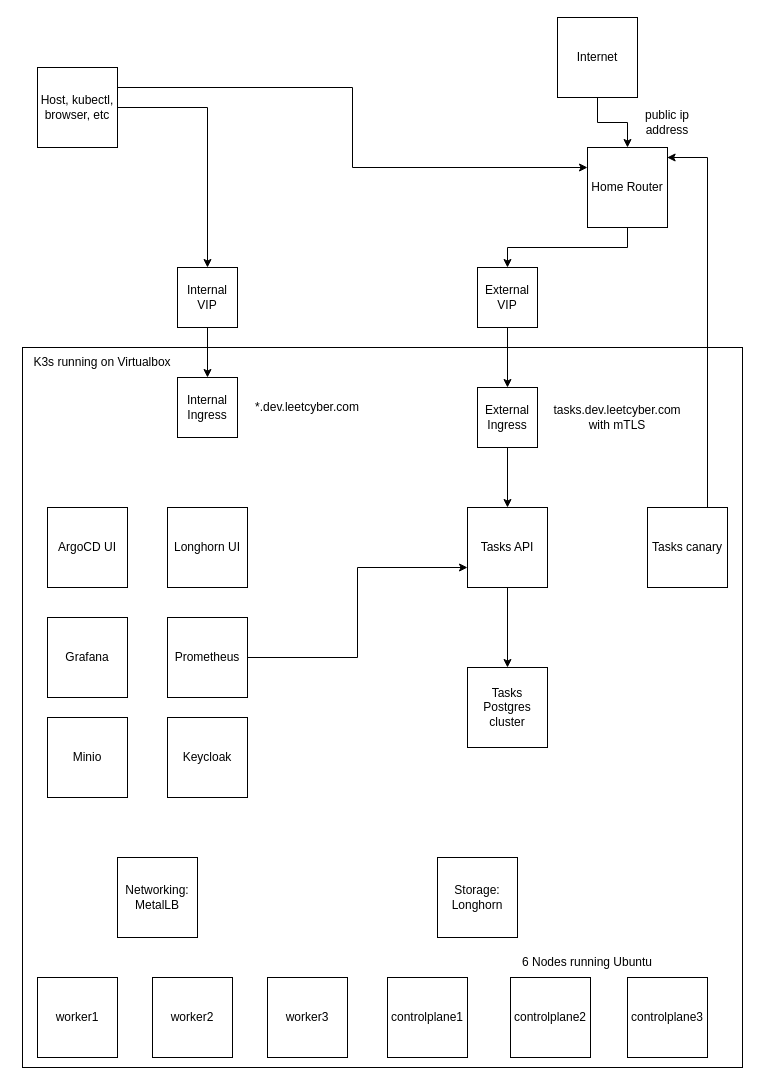
The draw.io diagram kubernetes.drawio in patrickbreen/k8s-auto, before the edit. Source tidied: cells renumbered, new cells numbered last; positions are measured from the earlier drawing's top-left corner, leaving out a move shared by most shapes. Both pictures are drawn from the tidied source at 100%, with x=0, y=0 at pixel (17, 17).
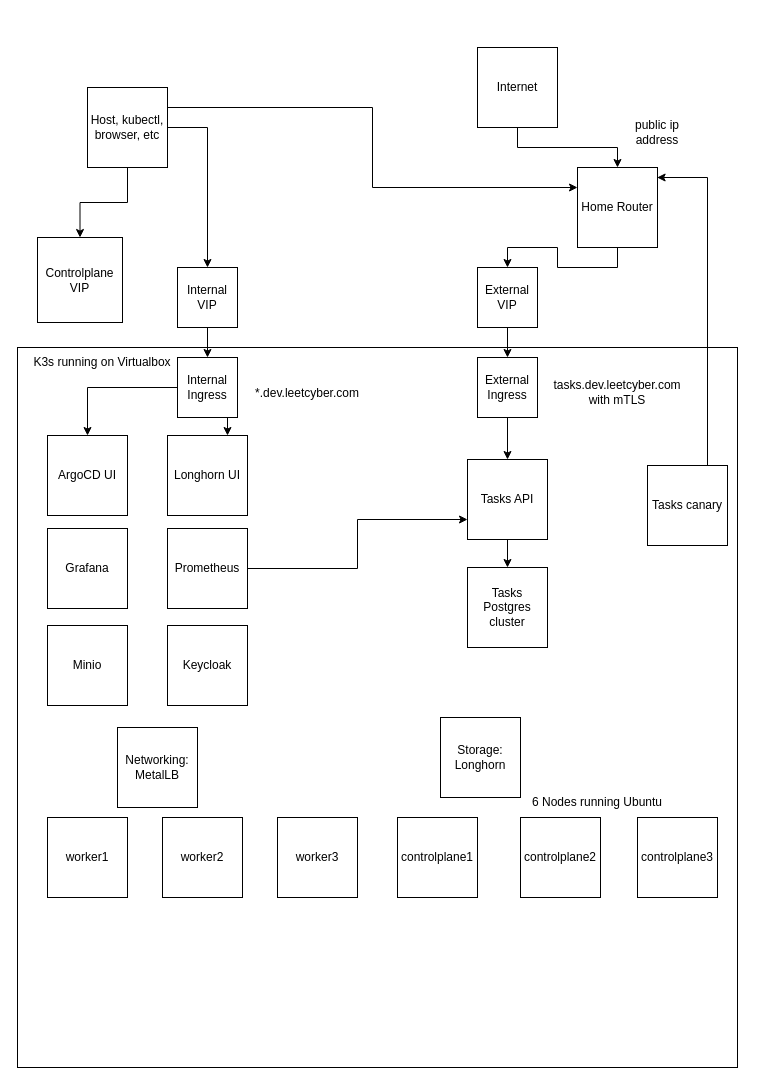
After the change.

What changed in the source:
```diff
@@
+    <mxCell id="6" style="whiteSpace=wrap;html=1;" parent="1" vertex="1">
+      <mxGeometry y="330" width="720" height="720" as="geometry" />
+    </mxCell>
@@
     <mxCell id="3" value="Home Router" style="whiteSpace=wrap;html=1;" parent="1" vertex="1">
-      <mxGeometry x="570" y="130" width="80" height="80" as="geometry" />
+      <mxGeometry x="560" y="150" width="80" height="80" as="geometry" />
     </mxCell>
@@
     <mxCell id="5" value="Internet" style="whiteSpace=wrap;html=1;" parent="1" vertex="1">
-      <mxGeometry x="540" width="80" height="80" as="geometry" />
+      <mxGeometry x="460" y="30" width="80" height="80" as="geometry" />
     </mxCell>
-    <mxCell id="6" style="whiteSpace=wrap;html=1;" parent="1" vertex="1">
-      <mxGeometry x="5" y="330" width="720" height="720" as="geometry" />
-    </mxCell>
@@
+    <mxCell id="42" style="edgeStyle=orthogonalEdgeStyle;rounded=0;jettySize=auto;html=1;exitX=0.5;exitY=1;exitDx=0;exitDy=0;entryX=0.5;entryY=0;entryDx=0;entryDy=0;" parent="1" edge="1" source="9" target="45">
+      <mxGeometry relative="1" as="geometry" />
+    </mxCell>
     <mxCell id="9" value="Host, kubectl, browser, etc" style="whiteSpace=wrap;html=1;" parent="1" vertex="1">
-      <mxGeometry x="20" y="50" width="80" height="80" as="geometry" />
+      <mxGeometry x="70" y="70" width="80" height="80" as="geometry" />
     </mxCell>
@@
+    <mxCell id="43" style="edgeStyle=orthogonalEdgeStyle;rounded=0;jettySize=auto;html=1;exitX=0.75;exitY=1;exitDx=0;exitDy=0;entryX=0.75;entryY=0;entryDx=0;entryDy=0;" parent="1" edge="1" source="12" target="20">
+      <mxGeometry relative="1" as="geometry" />
+    </mxCell>
+    <mxCell id="44" style="edgeStyle=orthogonalEdgeStyle;rounded=0;jettySize=auto;html=1;exitX=0;exitY=0.5;exitDx=0;exitDy=0;entryX=0.5;entryY=0;entryDx=0;entryDy=0;" parent="1" edge="1" source="12" target="17">
+      <mxGeometry relative="1" as="geometry" />
+    </mxCell>
     <mxCell id="12" value="Internal Ingress" style="whiteSpace=wrap;html=1;" parent="1" vertex="1">
-      <mxGeometry x="160" y="360" width="60" height="60" as="geometry" />
+      <mxGeometry x="160" y="340" width="60" height="60" as="geometry" />
     </mxCell>
@@
     <mxCell id="16" value="External Ingress" style="whiteSpace=wrap;html=1;" parent="1" vertex="1">
-      <mxGeometry x="460" y="370" width="60" height="60" as="geometry" />
+      <mxGeometry x="460" y="340" width="60" height="60" as="geometry" />
     </mxCell>
     <mxCell id="17" value="ArgoCD UI" style="whiteSpace=wrap;html=1;" parent="1" vertex="1">
-      <mxGeometry x="30" y="490" width="80" height="80" as="geometry" />
+      <mxGeometry x="30" y="418" width="80" height="80" as="geometry" />
     </mxCell>
     <mxCell id="18" value="worker1" style="whiteSpace=wrap;html=1;" parent="1" vertex="1">
-      <mxGeometry x="20" y="960" width="80" height="80" as="geometry" />
+      <mxGeometry x="30" y="800" width="80" height="80" as="geometry" />
     </mxCell>
@@
     <mxCell id="20" value="Longhorn UI" style="whiteSpace=wrap;html=1;" parent="1" vertex="1">
-      <mxGeometry x="150" y="490" width="80" height="80" as="geometry" />
+      <mxGeometry x="150" y="418" width="80" height="80" as="geometry" />
     </mxCell>
     <mxCell id="21" value="Grafana" style="whiteSpace=wrap;html=1;" parent="1" vertex="1">
-      <mxGeometry x="30" y="600" width="80" height="80" as="geometry" />
+      <mxGeometry x="30" y="511" width="80" height="80" as="geometry" />
     </mxCell>
@@
     <mxCell id="23" value="Prometheus" style="whiteSpace=wrap;html=1;" parent="1" vertex="1">
-      <mxGeometry x="150" y="600" width="80" height="80" as="geometry" />
+      <mxGeometry x="150" y="511" width="80" height="80" as="geometry" />
     </mxCell>
     <mxCell id="24" value="Minio" style="whiteSpace=wrap;html=1;" parent="1" vertex="1">
-      <mxGeometry x="30" y="700" width="80" height="80" as="geometry" />
+      <mxGeometry x="30" y="608" width="80" height="80" as="geometry" />
     </mxCell>
     <mxCell id="25" value="Keycloak" style="whiteSpace=wrap;html=1;" parent="1" vertex="1">
-      <mxGeometry x="150" y="700" width="80" height="80" as="geometry" />
+      <mxGeometry x="150" y="608" width="80" height="80" as="geometry" />
     </mxCell>
     <mxCell id="26" value="*.dev.leetcyber.com" style="text;html=1;strokeColor=none;fillColor=none;align=center;verticalAlign=middle;whiteSpace=wrap;rounded=0;" parent="1" vertex="1">
-      <mxGeometry x="260" y="375" width="60" height="30" as="geometry" />
+      <mxGeometry x="260" y="361" width="60" height="30" as="geometry" />
     </mxCell>
     <mxCell id="27" value="tasks.dev.leetcyber.com&lt;br&gt;with mTLS" style="text;html=1;strokeColor=none;fillColor=none;align=center;verticalAlign=middle;whiteSpace=wrap;rounded=0;" parent="1" vertex="1">
-      <mxGeometry x="570" y="385" width="60" height="30" as="geometry" />
+      <mxGeometry x="570" y="360" width="60" height="30" as="geometry" />
     </mxCell>
-    <mxCell id="28" style="edgeStyle=orthogonalEdgeStyle;rounded=0;jettySize=auto;html=1;exitX=0.5;exitY=1;exitDx=0;exitDy=0;" parent="1" edge="1" source="29" target="30">
+    <mxCell id="28" style="edgeStyle=orthogonalEdgeStyle;rounded=0;jettySize=auto;html=1;exitX=0.5;exitY=1;exitDx=0;exitDy=0;entryX=0.5;entryY=0;entryDx=0;entryDy=0;" parent="1" edge="1" source="29" target="30">
       <mxGeometry relative="1" as="geometry" />
     </mxCell>
     <mxCell id="29" value="Tasks API" style="whiteSpace=wrap;html=1;" parent="1" vertex="1">
-      <mxGeometry x="450" y="490" width="80" height="80" as="geometry" />
+      <mxGeometry x="450" y="442" width="80" height="80" as="geometry" />
     </mxCell>
     <mxCell id="30" value="Tasks Postgres cluster" style="whiteSpace=wrap;html=1;" parent="1" vertex="1">
-      <mxGeometry x="450" y="650" width="80" height="80" as="geometry" />
+      <mxGeometry x="450" y="550" width="80" height="80" as="geometry" />
     </mxCell>
     <mxCell id="31" value="worker2" style="whiteSpace=wrap;html=1;" parent="1" vertex="1">
-      <mxGeometry x="135" y="960" width="80" height="80" as="geometry" />
+      <mxGeometry x="145" y="800" width="80" height="80" as="geometry" />
     </mxCell>
     <mxCell id="32" value="worker3" style="whiteSpace=wrap;html=1;" parent="1" vertex="1">
-      <mxGeometry x="250" y="960" width="80" height="80" as="geometry" />
+      <mxGeometry x="260" y="800" width="80" height="80" as="geometry" />
     </mxCell>
     <mxCell id="33" value="controlplane1" style="whiteSpace=wrap;html=1;" parent="1" vertex="1">
-      <mxGeometry x="370" y="960" width="80" height="80" as="geometry" />
+      <mxGeometry x="380" y="800" width="80" height="80" as="geometry" />
     </mxCell>
     <mxCell id="34" value="controlplane2" style="whiteSpace=wrap;html=1;" parent="1" vertex="1">
-      <mxGeometry x="493" y="960" width="80" height="80" as="geometry" />
+      <mxGeometry x="503" y="800" width="80" height="80" as="geometry" />
     </mxCell>
     <mxCell id="35" value="controlplane3" style="whiteSpace=wrap;html=1;" parent="1" vertex="1">
-      <mxGeometry x="610" y="960" width="80" height="80" as="geometry" />
+      <mxGeometry x="620" y="800" width="80" height="80" as="geometry" />
     </mxCell>
     <mxCell id="36" value="Networking: MetalLB" style="whiteSpace=wrap;html=1;" parent="1" vertex="1">
-      <mxGeometry x="100" y="840" width="80" height="80" as="geometry" />
+      <mxGeometry x="100" y="710" width="80" height="80" as="geometry" />
     </mxCell>
     <mxCell id="37" value="Storage: Longhorn" style="whiteSpace=wrap;html=1;" parent="1" vertex="1">
-      <mxGeometry x="420" y="840" width="80" height="80" as="geometry" />
+      <mxGeometry x="423" y="700" width="80" height="80" as="geometry" />
     </mxCell>
     <mxCell id="38" value="public ip address" style="text;html=1;strokeColor=none;fillColor=none;align=center;verticalAlign=middle;whiteSpace=wrap;rounded=0;" parent="1" vertex="1">
-      <mxGeometry x="620" y="90" width="60" height="30" as="geometry" />
+      <mxGeometry x="610" y="100" width="60" height="30" as="geometry" />
     </mxCell>
@@
     <mxCell id="40" value="Tasks canary" style="whiteSpace=wrap;html=1;" parent="1" vertex="1">
-      <mxGeometry x="630" y="490" width="80" height="80" as="geometry" />
+      <mxGeometry x="630" y="448" width="80" height="80" as="geometry" />
     </mxCell>
     <mxCell id="41" value="6 Nodes running Ubuntu" style="text;html=1;strokeColor=none;fillColor=none;align=center;verticalAlign=middle;whiteSpace=wrap;rounded=0;" parent="1" vertex="1">
-      <mxGeometry x="485" y="930" width="170" height="30" as="geometry" />
+      <mxGeometry x="495" y="770" width="170" height="30" as="geometry" />
     </mxCell>
+    <mxCell id="45" value="Controlplane VIP" style="whiteSpace=wrap;html=1;" parent="1" vertex="1">
+      <mxGeometry x="20" y="220" width="85" height="85" as="geometry" />
+    </mxCell>
```
